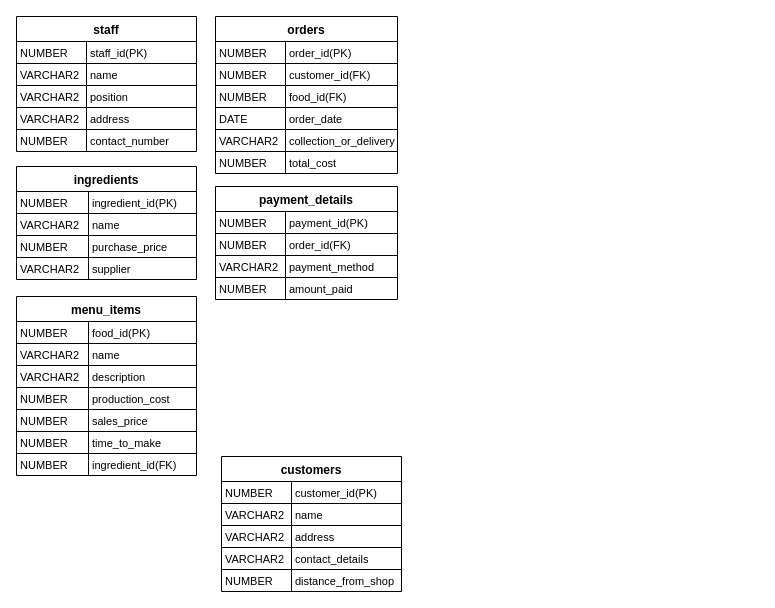
Above: Essays/Untitled Diagram.drawio in jlforem/USW (draw.io), before the change. Source tidied: cells renumbered, new cells numbered last; positions are measured from the earlier drawing's top-left corner, leaving out a move shared by most shapes. Both pictures are drawn from the tidied source at 100%, with x=0, y=0 at pixel (16, 16).
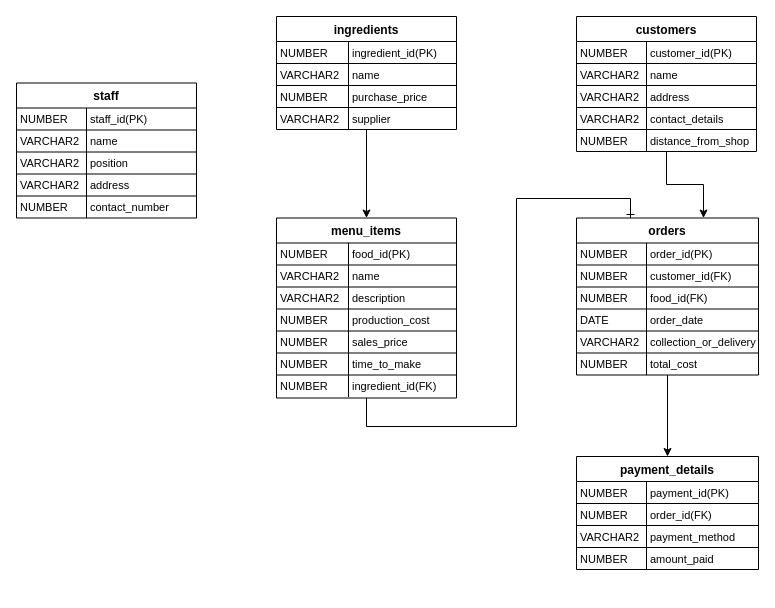
The same diagram, later.

Diff of the diagram source:
```diff
@@
     <mxCell id="2" value="staff" style="shape=table;startSize=25;childLayout=tableLayout;rowLines=1;fontStyle=1;align=center;" parent="1" vertex="1">
-      <mxGeometry width="180" height="135" as="geometry" />
+      <mxGeometry y="66.5" width="180" height="135" as="geometry" />
     </mxCell>
@@
+    <mxCell id="101" style="edgeStyle=orthogonalEdgeStyle;rounded=0;jettySize=auto;html=1;entryX=0.5;entryY=0;entryDx=0;entryDy=0;" parent="1" edge="1" source="18" target="31">
+      <mxGeometry relative="1" as="geometry" />
+    </mxCell>
     <mxCell id="18" value="ingredients" style="shape=table;startSize=25;childLayout=tableLayout;rowLines=1;fontStyle=1;align=center;" parent="1" vertex="1">
-      <mxGeometry y="150" width="180" height="113" as="geometry" />
+      <mxGeometry x="260" width="180" height="113" as="geometry" />
     </mxCell>
@@
+    <mxCell id="102" style="edgeStyle=orthogonalEdgeStyle;rounded=0;jettySize=auto;html=1;curved=0;endArrow=ERone;endFill=0;" parent="1" edge="1" source="31">
+      <mxGeometry relative="1" as="geometry">
+        <mxPoint x="614" y="202" as="targetPoint" />
+        <Array as="points">
+          <mxPoint x="350" y="410" />
+          <mxPoint x="500" y="410" />
+          <mxPoint x="500" y="182" />
+          <mxPoint x="614" y="182" />
+        </Array>
+      </mxGeometry>
+    </mxCell>
     <mxCell id="31" value="menu_items" style="shape=table;startSize=25;childLayout=tableLayout;rowLines=1;fontStyle=1;align=center;" parent="1" vertex="1">
-      <mxGeometry y="280" width="180" height="179" as="geometry" />
+      <mxGeometry x="260" y="201.5" width="180" height="180" as="geometry" />
     </mxCell>
@@
     <mxCell id="53" value="customers" style="shape=table;startSize=25;childLayout=tableLayout;rowLines=1;fontStyle=1;align=center;" parent="1" vertex="1">
-      <mxGeometry x="205" y="440" width="180" height="135" as="geometry" />
+      <mxGeometry x="560" width="180" height="135" as="geometry" />
     </mxCell>
@@
+    <mxCell id="103" style="edgeStyle=orthogonalEdgeStyle;rounded=0;jettySize=auto;html=1;entryX=0.5;entryY=0;entryDx=0;entryDy=0;" parent="1" edge="1" source="69" target="88">
+      <mxGeometry relative="1" as="geometry" />
+    </mxCell>
     <mxCell id="69" value="orders" style="shape=table;startSize=25;childLayout=tableLayout;rowLines=1;fontStyle=1;align=center;" parent="1" vertex="1">
-      <mxGeometry x="199" width="182" height="157" as="geometry" />
+      <mxGeometry x="560" y="201.5" width="182" height="157" as="geometry" />
     </mxCell>
@@
     <mxCell id="88" value="payment_details" style="shape=table;startSize=25;childLayout=tableLayout;rowLines=1;fontStyle=1;align=center;" parent="1" vertex="1">
-      <mxGeometry x="199" y="170" width="182" height="113" as="geometry" />
+      <mxGeometry x="560" y="440" width="182" height="113" as="geometry" />
     </mxCell>
@@
+    <mxCell id="104" style="edgeStyle=orthogonalEdgeStyle;rounded=0;jettySize=auto;html=1;entryX=0.698;entryY=0;entryDx=0;entryDy=0;entryPerimeter=0;" parent="1" edge="1" source="53" target="69">
+      <mxGeometry relative="1" as="geometry">
+        <Array as="points">
+          <mxPoint x="650" y="168" />
+          <mxPoint x="687" y="168" />
+        </Array>
+      </mxGeometry>
+    </mxCell>
```
